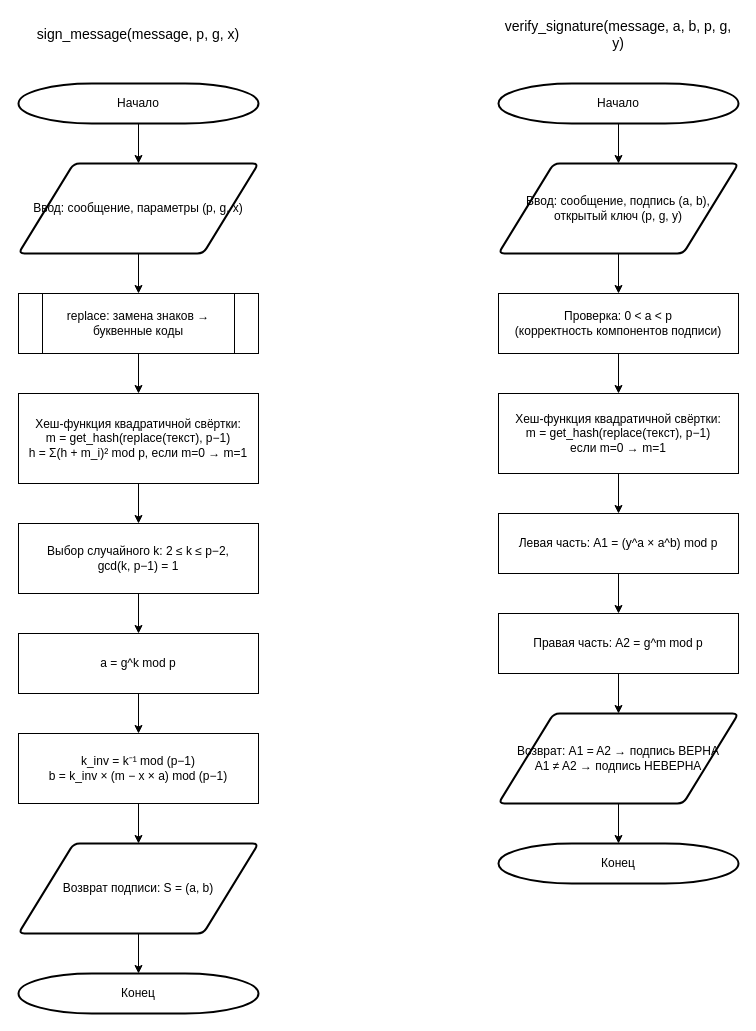
Laincetta/mospolytech-cryptography keeps this draw.io diagram as elgamal_signature_diagram.drawio. Above is the earlier version. Source tidied: cells renumbered, new cells numbered last; positions are measured from the earlier drawing's top-left corner, leaving out a move shared by most shapes. Both pictures are drawn from the tidied source at 100%, with x=0, y=0 at pixel (18, 24).
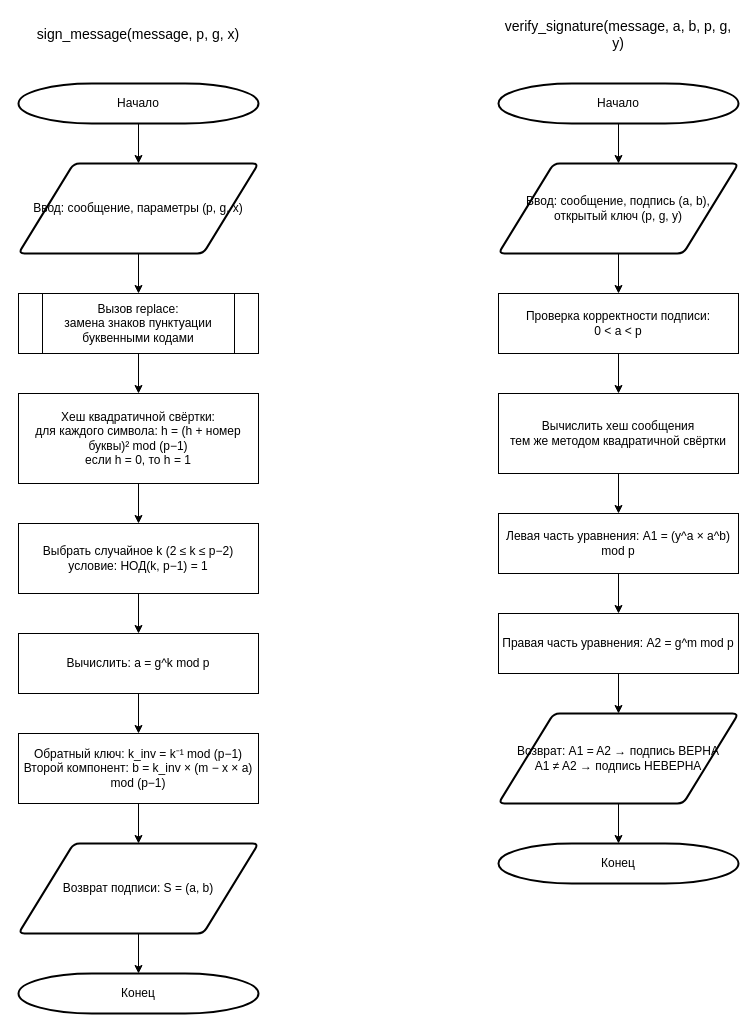
The same diagram, later.

Change to the diagram source:
```diff
@@
-    <mxCell id="5" value="replace: замена знаков → буквенные коды" style="shape=process;whiteSpace=wrap;html=1;backgroundOutline=1;" parent="1" vertex="1">
+    <mxCell id="5" value="Вызов replace:&#10;замена знаков пунктуации буквенными кодами" style="shape=process;whiteSpace=wrap;html=1;backgroundOutline=1;" parent="1" vertex="1">
       <mxGeometry y="269" width="240" height="60" as="geometry" />
     </mxCell>
-    <mxCell id="6" value="Хеш-функция квадратичной свёртки:&#10;m = get_hash(replace(текст), p−1)&#10;h = Σ(h + m_i)² mod p, если m=0 → m=1" style="rounded=0;whiteSpace=wrap;html=1;" parent="1" vertex="1">
+    <mxCell id="6" value="Хеш квадратичной свёртки:&#10;для каждого символа: h = (h + номер буквы)² mod (p−1)&#10;если h = 0, то h = 1" style="rounded=0;whiteSpace=wrap;html=1;" parent="1" vertex="1">
       <mxGeometry y="369" width="240" height="90" as="geometry" />
     </mxCell>
-    <mxCell id="7" value="Выбор случайного k: 2 ≤ k ≤ p−2,&#10;gcd(k, p−1) = 1" style="rounded=0;whiteSpace=wrap;html=1;" parent="1" vertex="1">
+    <mxCell id="7" value="Выбрать случайное k (2 ≤ k ≤ p−2)&#10;условие: НОД(k, p−1) = 1" style="rounded=0;whiteSpace=wrap;html=1;" parent="1" vertex="1">
       <mxGeometry y="499" width="240" height="70" as="geometry" />
     </mxCell>
-    <mxCell id="8" value="a = g^k mod p" style="rounded=0;whiteSpace=wrap;html=1;" parent="1" vertex="1">
+    <mxCell id="8" value="Вычислить: a = g^k mod p" style="rounded=0;whiteSpace=wrap;html=1;" parent="1" vertex="1">
       <mxGeometry y="609" width="240" height="60" as="geometry" />
     </mxCell>
-    <mxCell id="9" value="k_inv = k⁻¹ mod (p−1)&#10;b = k_inv × (m − x × a) mod (p−1)" style="rounded=0;whiteSpace=wrap;html=1;" parent="1" vertex="1">
+    <mxCell id="9" value="Обратный ключ: k_inv = k⁻¹ mod (p−1)&#10;Второй компонент: b = k_inv × (m − x × a) mod (p−1)" style="rounded=0;whiteSpace=wrap;html=1;" parent="1" vertex="1">
       <mxGeometry y="709" width="240" height="70" as="geometry" />
     </mxCell>
@@
-    <mxCell id="23" value="Проверка: 0 &lt; a &lt; p&#10;(корректность компонентов подписи)" style="rounded=0;whiteSpace=wrap;html=1;" parent="1" vertex="1">
+    <mxCell id="23" value="Проверка корректности подписи:&#10;0 &amp;lt; a &amp;lt; p" style="rounded=0;whiteSpace=wrap;html=1;" parent="1" vertex="1">
       <mxGeometry x="480" y="269" width="240" height="60" as="geometry" />
     </mxCell>
-    <mxCell id="24" value="Хеш-функция квадратичной свёртки:&#10;m = get_hash(replace(текст), p−1)&#10;если m=0 → m=1" style="rounded=0;whiteSpace=wrap;html=1;" parent="1" vertex="1">
+    <mxCell id="24" value="Вычислить хеш сообщения&#10;тем же методом квадратичной свёртки" style="rounded=0;whiteSpace=wrap;html=1;" parent="1" vertex="1">
       <mxGeometry x="480" y="369" width="240" height="80" as="geometry" />
     </mxCell>
-    <mxCell id="25" value="Левая часть: A1 = (y^a × a^b) mod p" style="rounded=0;whiteSpace=wrap;html=1;" parent="1" vertex="1">
+    <mxCell id="25" value="Левая часть уравнения: A1 = (y^a × a^b) mod p" style="rounded=0;whiteSpace=wrap;html=1;" parent="1" vertex="1">
       <mxGeometry x="480" y="489" width="240" height="60" as="geometry" />
     </mxCell>
-    <mxCell id="26" value="Правая часть: A2 = g^m mod p" style="rounded=0;whiteSpace=wrap;html=1;" parent="1" vertex="1">
+    <mxCell id="26" value="Правая часть уравнения: A2 = g^m mod p" style="rounded=0;whiteSpace=wrap;html=1;" parent="1" vertex="1">
       <mxGeometry x="480" y="589" width="240" height="60" as="geometry" />
     </mxCell>
```
